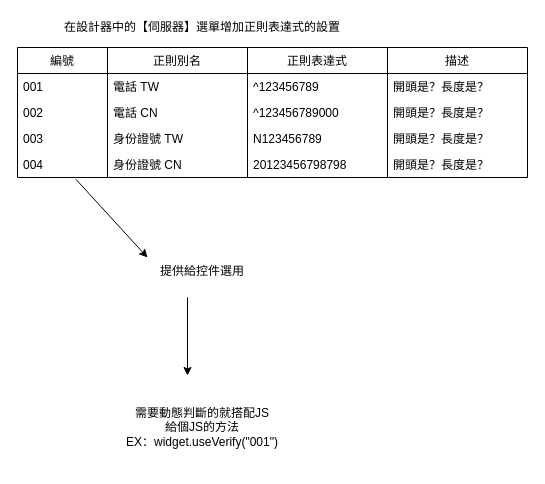
frglobal/documents keeps this draw.io diagram as mutipleVerify.drawio. Above is the earlier version. Source tidied: cells renumbered, new cells numbered last; positions are measured from the earlier drawing's top-left corner, leaving out a move shared by most shapes. Both pictures are drawn from the tidied source at 100%, with x=0, y=0 at pixel (17, 17).
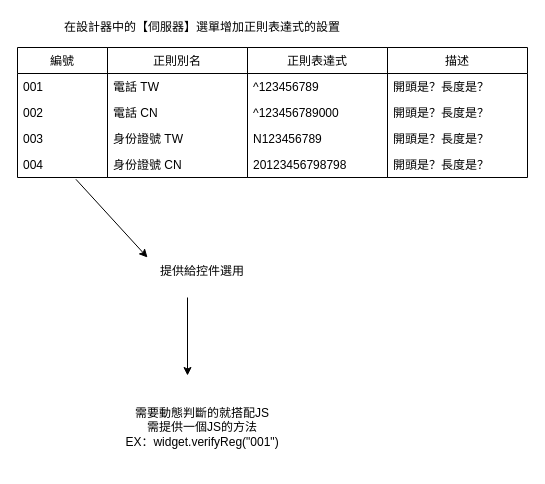
The same page after the edit.

The edit, as a diff of the source:
```diff
@@
-    <mxCell id="26" value="需要動態判斷的就搭配JS&lt;br&gt;給個JS的方法&lt;br&gt;EX：widget.useVerify(&quot;001&quot;)" style="text;html=1;strokeColor=none;fillColor=none;align=center;verticalAlign=middle;whiteSpace=wrap;rounded=0;" parent="1" vertex="1">
+    <mxCell id="26" value="需要動態判斷的就搭配JS&lt;br&gt;需提供一個JS的方法&lt;br&gt;EX：widget.verifyReg(&quot;001&quot;)" style="text;html=1;strokeColor=none;fillColor=none;align=center;verticalAlign=middle;whiteSpace=wrap;rounded=0;" parent="1" vertex="1">
       <mxGeometry y="370" width="370" height="80" as="geometry" />
     </mxCell>
```
